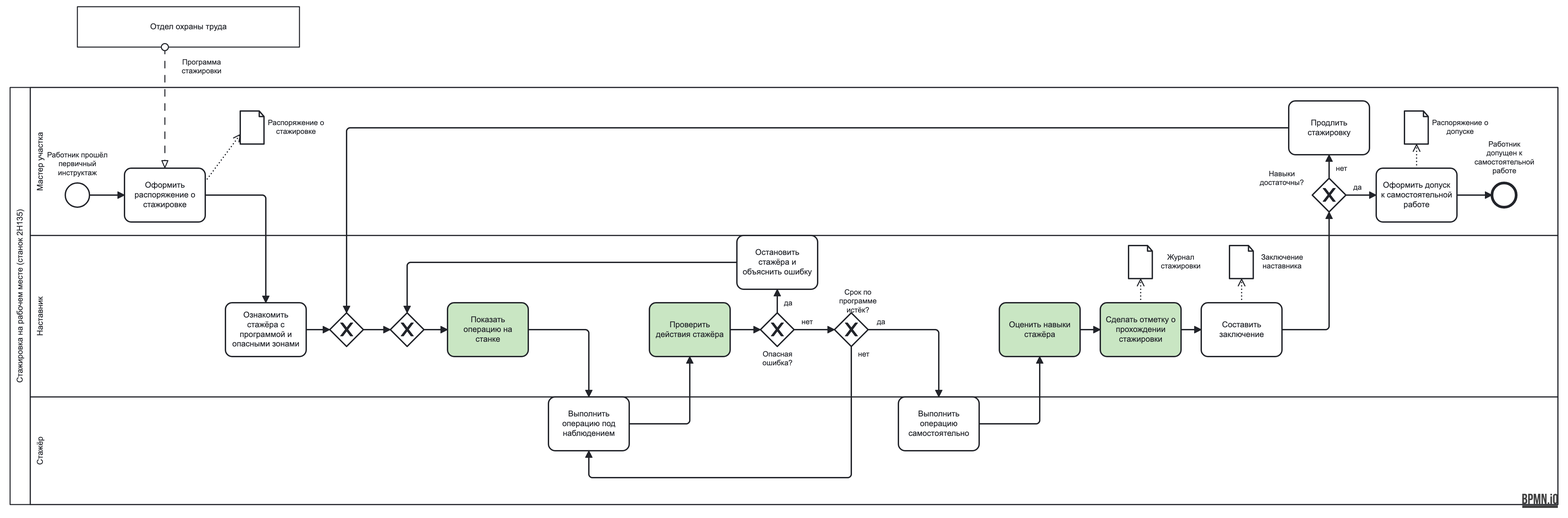
Above: models/bpmn.png in kotel24/ar-trainer (BPMN), before the change. Its source is kept beside it as models/bpmn.bpmn. Ids are renumbered.
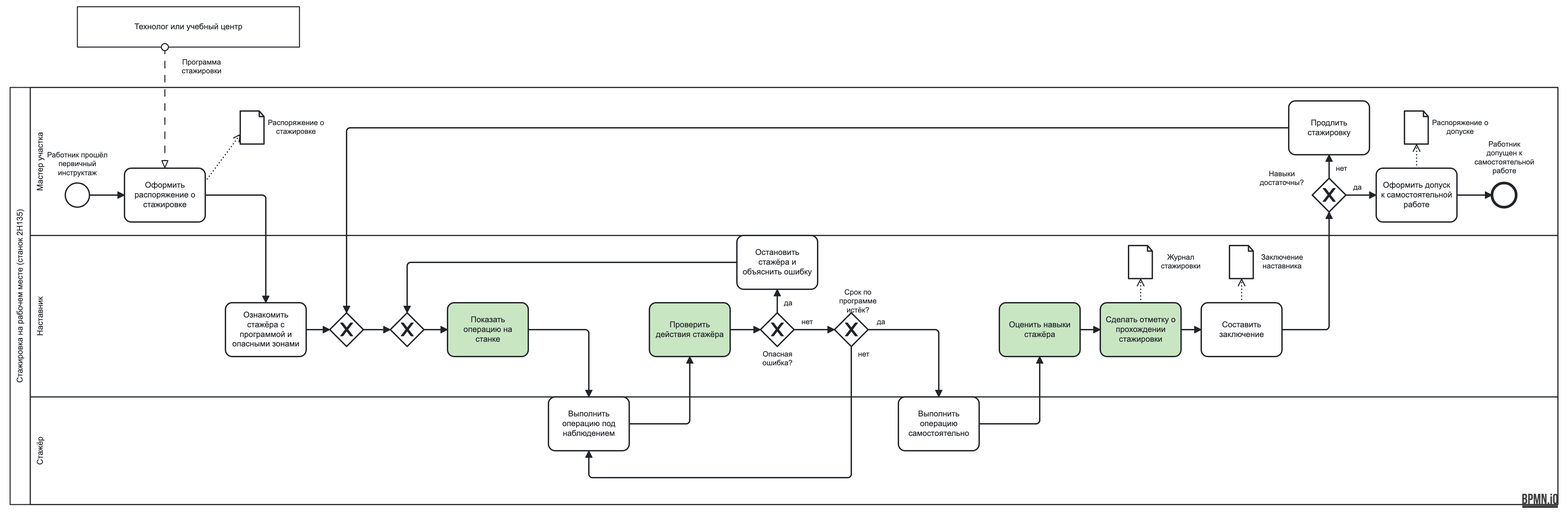
After the change.

Commit message:
Внешний участник BPMN-модели приведён в соответствие с описанием процесса

Diff of the diagram source:
```diff
@@ -1,7 +1,7 @@
 <bpmn:definitions xmlns:bpmn="http://www.omg.org/spec/BPMN/20100524/MODEL" xmlns:bpmndi="http://www.omg.org/spec/BPMN/20100524/DI" xmlns:dc="http://www.omg.org/spec/DD/20100524/DC" xmlns:di="http://www.omg.org/spec/DD/20100524/DI" xmlns:bioc="http://bpmn.io/schema/bpmn/biocolor/1.0" xmlns:color="http://www.omg.org/spec/BPMN/non-normative/color/1.0" id="Definitions_internship" targetNamespace="https://github.com/kotel24/ar-trainer">
   <bpmn:collaboration id="Collaboration_internship">
     <bpmn:participant id="P_internship" name="Стажировка на рабочем месте (станок 2Н135)" processRef="Process_internship" />
-    <bpmn:participant id="P_safety" name="Отдел охраны труда" />
+    <bpmn:participant id="P_safety" name="Технолог или учебный центр" />
     <bpmn:messageFlow id="M_program" name="Программа стажировки" sourceRef="P_safety" targetRef="T_order" />
   </bpmn:collaboration>
   <bpmn:process id="Process_internship" isExecutable="false">
```
